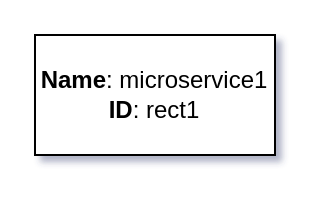
Earlier version of the draw.io diagram docs/docs/core-components/output/drawio/rectangle.drawio (tsypuk/multicloud-diagrams). Source tidied: cells renumbered, new cells numbered last; positions are measured from the earlier drawing's top-left corner, leaving out a move shared by most shapes. Both pictures are drawn from the tidied source at 200%, with x=0, y=0 at pixel (34, 34).
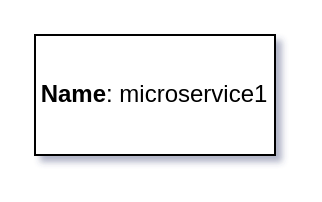
The same page after the edit.

Change to the diagram source:
```diff
@@
 <mxGraphModel shadow="1">
   <root>
     <mxCell id="0" />
     <mxCell id="1" parent="0" />
-    <mxCell id="2" value="&lt;b&gt;Name&lt;/b&gt;: microservice1&lt;BR&gt;&lt;b&gt;ID&lt;/b&gt;: rect1" style="rounded=0;whiteSpace=wrap;html=1;labelBackgroundColor=none;" parent="1" vertex="1">
+    <mxCell id="2" value="&lt;b&gt;Name&lt;/b&gt;: microservice1" style="rounded=0;whiteSpace=wrap;html=1;labelBackgroundColor=none;" parent="1" vertex="1">
       <mxGeometry width="120" height="60" as="geometry" />
     </mxCell>
   </root>
 </mxGraphModel>
```
